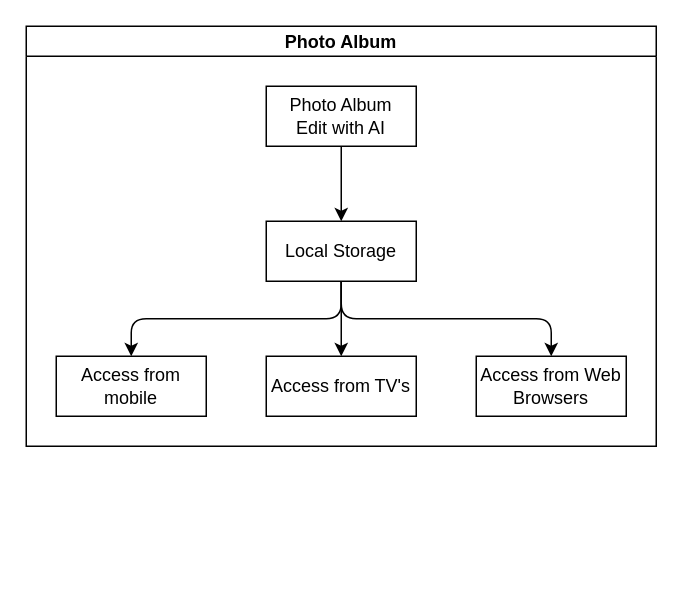
This is Kodi.brainstorm.drawio from OrozcoAntonio/Draw.ioDiagrams, a draw.io file, before an edit. Source tidied: cells renumbered, new cells numbered last; positions are measured from the earlier drawing's top-left corner, leaving out a move shared by most shapes. Both pictures are drawn from the tidied source at 150%, with x=0, y=0 at pixel (26, 26).
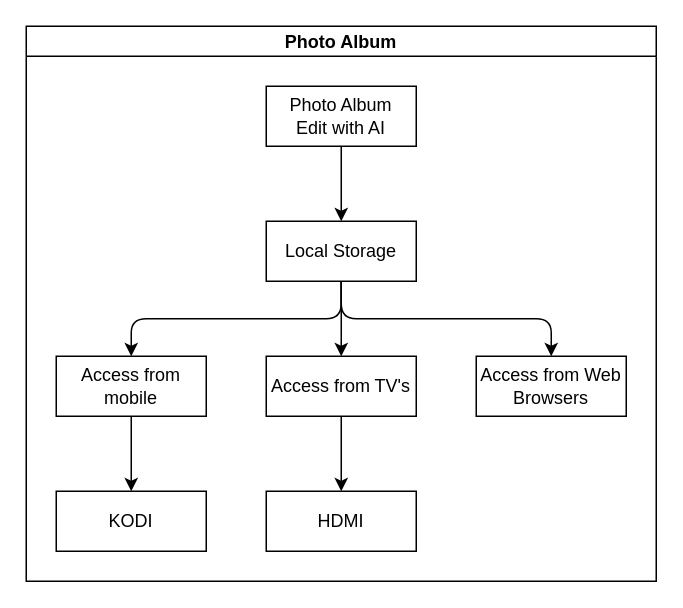
The same page after the edit.

Diff of the diagram source:
```diff
@@
 <mxGraphModel>
   <root>
     <mxCell id="0" />
     <mxCell id="1" parent="0" />
     <mxCell id="2" value="Photo Album" style="swimlane;startSize=20;horizontal=1;horizontalTree=0;containerType=tree;fontSize=12;" parent="1" vertex="1">
-      <mxGeometry width="420" height="280" as="geometry" />
+      <mxGeometry width="420" height="370" as="geometry" />
     </mxCell>
     <mxCell id="3" value="Photo Album&lt;br&gt;Edit with AI" style="whiteSpace=wrap;html=1;" parent="2" vertex="1">
       <mxGeometry x="160" y="40" width="100" height="40" as="geometry" />
     </mxCell>
     <mxCell id="4" value="&lt;div&gt;Local Storage&lt;/div&gt;" style="whiteSpace=wrap;html=1;" parent="2" vertex="1">
       <mxGeometry x="160" y="130" width="100" height="40" as="geometry" />
     </mxCell>
     <mxCell id="5" style="edgeStyle=elbowEdgeStyle;elbow=vertical;html=1;rounded=1;curved=0;sourcePerimeterSpacing=0;targetPerimeterSpacing=0;startSize=6;endSize=6;" parent="2" edge="1" source="3" target="4">
       <mxGeometry relative="1" as="geometry" />
     </mxCell>
     <mxCell id="6" style="edgeStyle=elbowEdgeStyle;elbow=vertical;html=1;rounded=1;curved=0;sourcePerimeterSpacing=0;targetPerimeterSpacing=0;startSize=6;endSize=6;" parent="2" edge="1" source="4" target="7">
       <mxGeometry relative="1" as="geometry" />
     </mxCell>
     <mxCell id="7" value="Access from mobile" style="whiteSpace=wrap;html=1;" parent="2" vertex="1">
       <mxGeometry x="20" y="220" width="100" height="40" as="geometry" />
     </mxCell>
     <mxCell id="8" style="edgeStyle=elbowEdgeStyle;elbow=vertical;html=1;rounded=1;curved=0;sourcePerimeterSpacing=0;targetPerimeterSpacing=0;startSize=6;endSize=6;" parent="2" edge="1" source="4" target="9">
       <mxGeometry relative="1" as="geometry" />
     </mxCell>
     <mxCell id="9" value="Access from TV's" style="whiteSpace=wrap;html=1;" parent="2" vertex="1">
       <mxGeometry x="160" y="220" width="100" height="40" as="geometry" />
     </mxCell>
     <mxCell id="10" style="edgeStyle=elbowEdgeStyle;elbow=vertical;html=1;rounded=1;curved=0;sourcePerimeterSpacing=0;targetPerimeterSpacing=0;startSize=6;endSize=6;" parent="2" edge="1" source="4" target="11">
       <mxGeometry relative="1" as="geometry" />
     </mxCell>
     <mxCell id="11" value="Access from Web Browsers" style="whiteSpace=wrap;html=1;" parent="2" vertex="1">
       <mxGeometry x="300" y="220" width="100" height="40" as="geometry" />
     </mxCell>
+    <mxCell id="12" style="edgeStyle=elbowEdgeStyle;elbow=vertical;html=1;rounded=1;curved=0;sourcePerimeterSpacing=0;targetPerimeterSpacing=0;startSize=6;endSize=6;" parent="2" edge="1" source="7" target="13">
+      <mxGeometry relative="1" as="geometry" />
+    </mxCell>
+    <mxCell id="13" value="KODI" style="whiteSpace=wrap;html=1;" parent="2" vertex="1">
+      <mxGeometry x="20" y="310" width="100" height="40" as="geometry" />
+    </mxCell>
+    <mxCell id="14" style="edgeStyle=elbowEdgeStyle;elbow=vertical;html=1;rounded=1;curved=0;sourcePerimeterSpacing=0;targetPerimeterSpacing=0;startSize=6;endSize=6;" parent="2" edge="1" source="9" target="15">
+      <mxGeometry relative="1" as="geometry" />
+    </mxCell>
+    <mxCell id="15" value="HDMI" style="whiteSpace=wrap;html=1;" parent="2" vertex="1">
+      <mxGeometry x="160" y="310" width="100" height="40" as="geometry" />
+    </mxCell>
   </root>
 </mxGraphModel>
```
